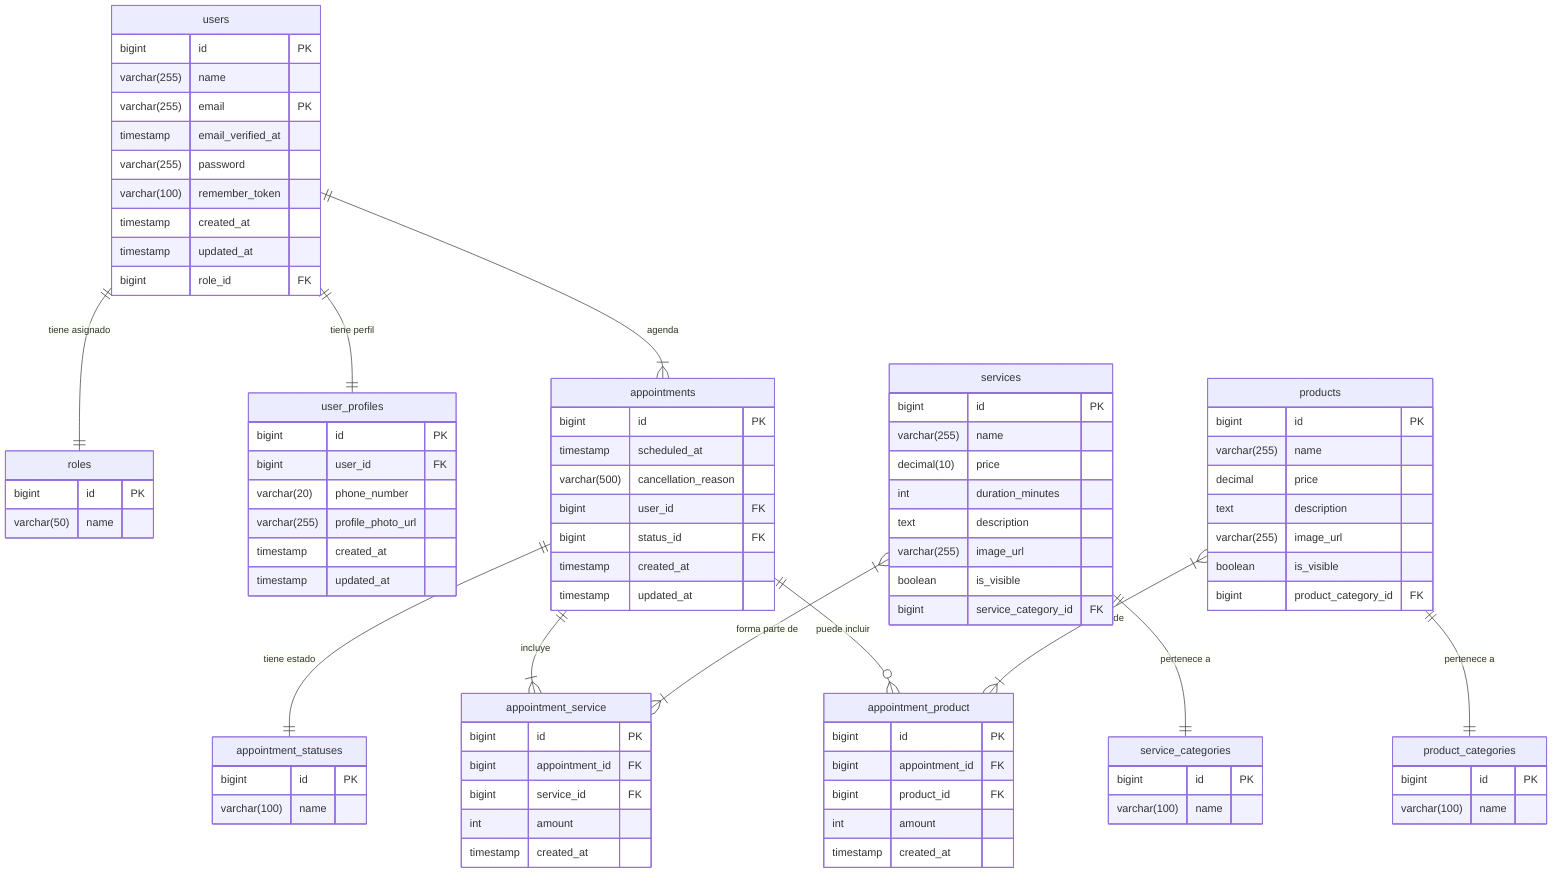
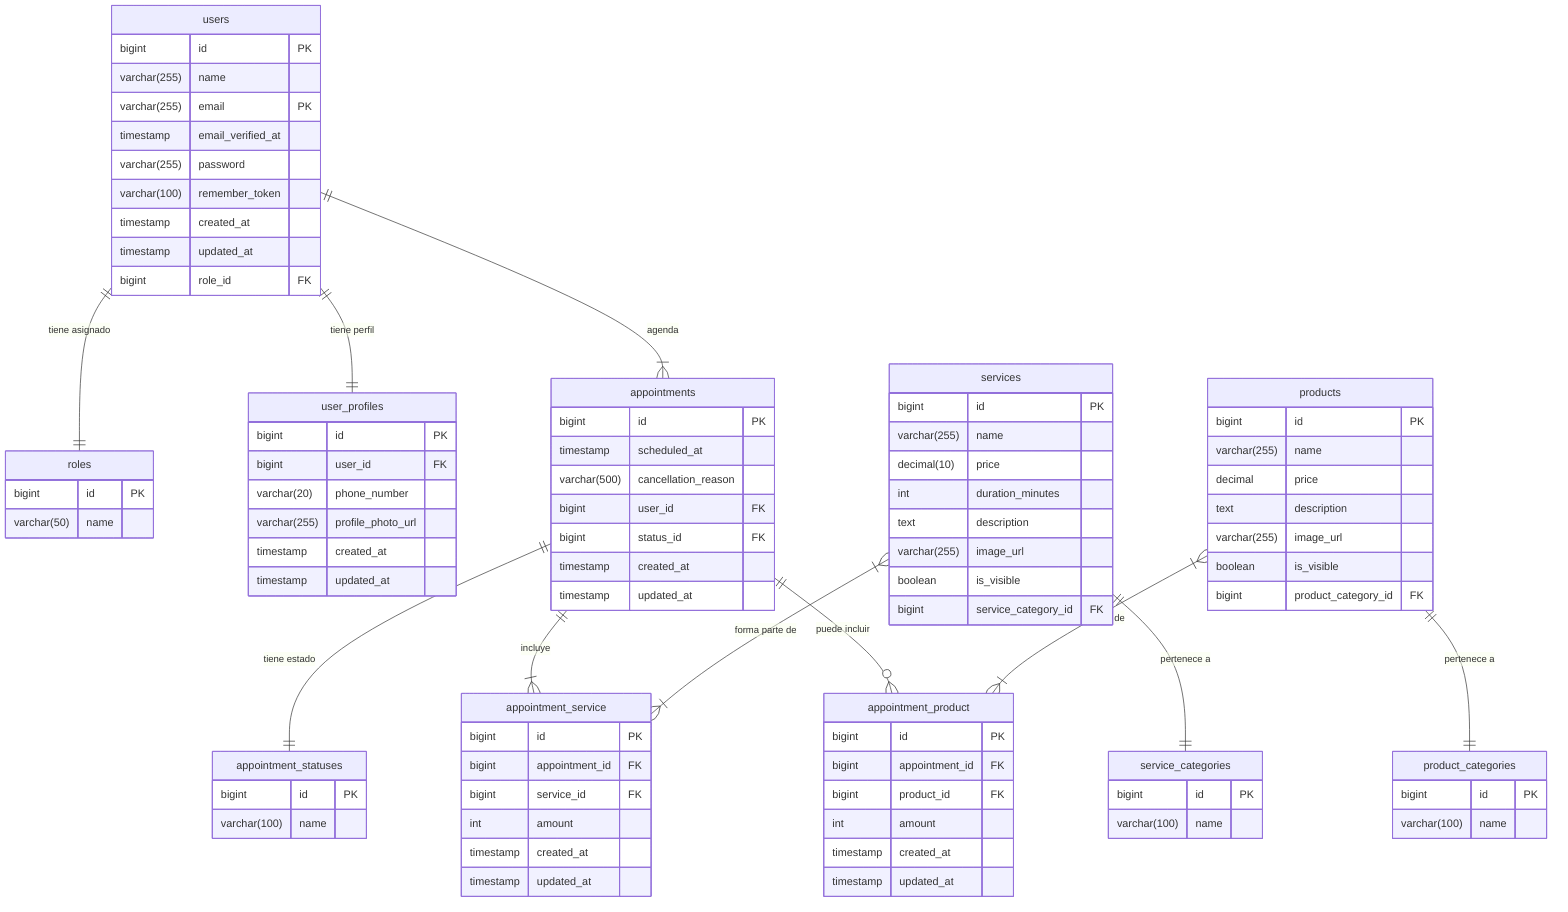
erDiagram

    users ||--|| roles : "tiene asignado"
    users ||--|| user_profiles : "tiene perfil"
    services ||--|| service_categories: "pertenece a"
    products ||--|| product_categories: "pertenece a"
    appointments ||--|| appointment_statuses: "tiene estado"
    users ||--|{ appointments : "agenda"

    %% Tablas intermedias (Many-to-Many)
    appointments ||--|{ appointment_service : "incluye"
    appointments ||--o{ appointment_product : "puede incluir"
    services }|--|{ appointment_service : "forma parte de"
    products }|--|{ appointment_product : "forma parte de"

    users {
        bigint id PK
        varchar(255) name
        varchar(255) email PK
        timestamp email_verified_at
        varchar(255) password
        varchar(100) remember_token
        timestamp created_at
        timestamp updated_at
        bigint role_id FK
    }

    user_profiles {
        bigint id PK
        bigint user_id FK
        varchar(20) phone_number
        varchar(255) profile_photo_url
        timestamp created_at
        timestamp updated_at
    }

    roles {
        bigint id PK
        varchar(50) name
    }

    services {
        bigint id PK
        varchar(255) name
        decimal(10) price
        int duration_minutes
        text description
        varchar(255) image_url
        boolean is_visible
        bigint service_category_id FK
    }

    service_categories {
        bigint id PK
        varchar(100) name
    }

    products {
        bigint id PK
        varchar(255) name
        decimal price
        text description
        varchar(255) image_url
        boolean is_visible
        bigint product_category_id FK
    }

    product_categories {
        bigint id PK
        varchar(100) name
    }

    appointments {
        bigint id PK
        timestamp scheduled_at
        varchar(500) cancellation_reason
        bigint user_id FK
        bigint status_id FK
        timestamp created_at
        timestamp updated_at
    }

    appointment_statuses {
        bigint id PK
        varchar(100) name
    }

    appointment_service {
        bigint id PK
        bigint appointment_id FK
        bigint service_id FK
        int amount
        timestamp created_at
+         timestamp updated_at
    }

    appointment_product {
        bigint id PK
        bigint appointment_id FK
        bigint product_id FK
        int amount
        timestamp created_at
+         timestamp updated_at
    }
